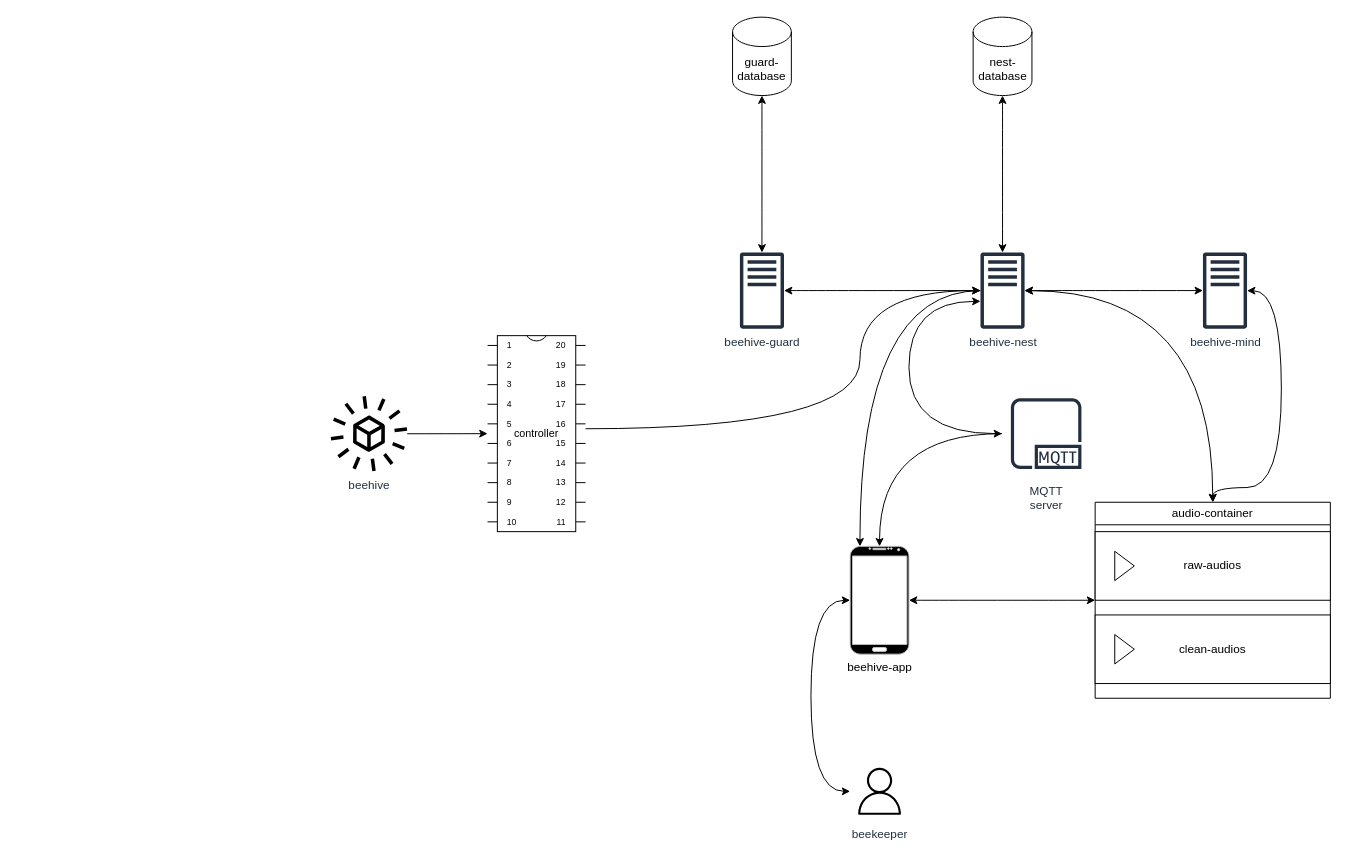
Earlier version of the draw.io diagram docs/architecture_diagram.drawio (carlos-montano-hub/bumblebee). Source tidied: cells renumbered, new cells numbered last; positions are measured from the earlier drawing's top-left corner, leaving out a move shared by most shapes. Both pictures are drawn from the tidied source at 98%, with x=0, y=0 at pixel (330, 17). Pictures stored in the file or linked from it are replaced by grey dashed boxes.
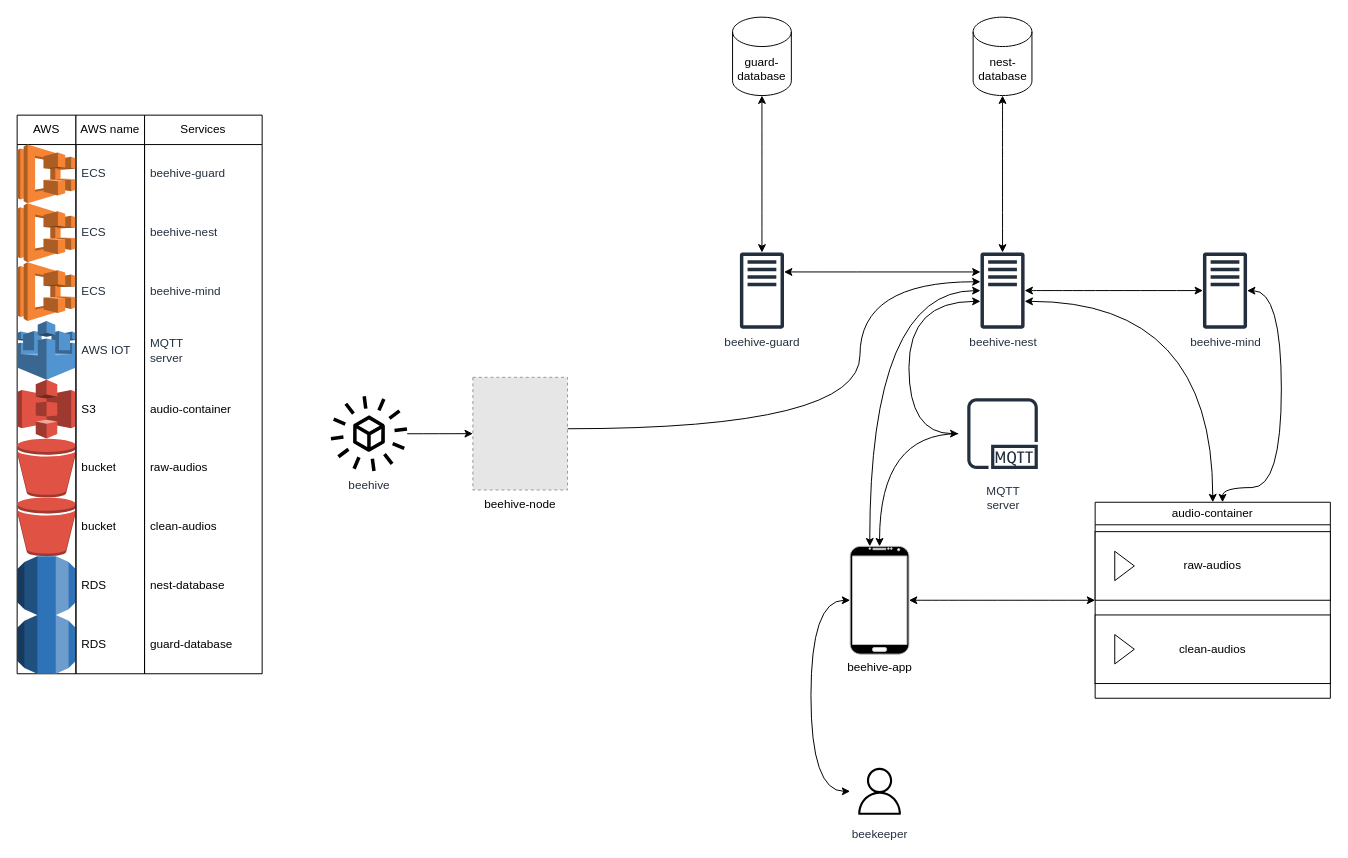
The same page after the edit.

Unchanged cells that the change refers to:
```xml
<mxCell id="5" value="beehive-nest" style="sketch=0;outlineConnect=0;fontColor=#232F3E;gradientColor=none;fillColor=#232F3D;strokeColor=none;dashed=0;verticalLabelPosition=bottom;verticalAlign=top;align=center;html=1;fontSize=12;fontStyle=0;shape=mxgraph.aws4.traditional_server;" parent="1" vertex="1">
  <mxGeometry x="663" y="240" width="45" height="78" as="geometry" />
</mxCell>
<mxCell id="7" value="beehive-guard" style="sketch=0;outlineConnect=0;fontColor=#232F3E;gradientColor=none;fillColor=#232F3D;strokeColor=none;dashed=0;verticalLabelPosition=bottom;verticalAlign=top;align=center;html=1;fontSize=12;fontStyle=0;shape=mxgraph.aws4.traditional_server;" parent="1" vertex="1">
  <mxGeometry x="417.5" y="240" width="45" height="78" as="geometry" />
</mxCell>
<mxCell id="9" value="beehive-mind" style="sketch=0;outlineConnect=0;fontColor=#232F3E;gradientColor=none;fillColor=#232F3D;strokeColor=none;dashed=0;verticalLabelPosition=bottom;verticalAlign=top;align=center;html=1;fontSize=12;fontStyle=0;shape=mxgraph.aws4.traditional_server;" parent="1" vertex="1">
  <mxGeometry x="890" y="240" width="45" height="78" as="geometry" />
</mxCell>
<mxCell id="20" value="beehive-app" style="verticalLabelPosition=bottom;verticalAlign=top;html=1;shadow=0;dashed=0;strokeWidth=1;shape=mxgraph.android.phone2;strokeColor=#c0c0c0;fillColor=#00000;gradientColor=none;" parent="1" vertex="1">
  <mxGeometry x="530" y="540" width="60" height="110" as="geometry" />
</mxCell>
<mxCell id="22" value="beehive" style="sketch=0;outlineConnect=0;fontColor=#232F3E;gradientColor=none;fillColor=#000000;strokeColor=none;dashed=0;verticalLabelPosition=bottom;verticalAlign=top;align=center;html=1;fontSize=12;fontStyle=0;shape=mxgraph.aws4.eventbridge_saas_partner_event_bus_resource;" parent="1" vertex="1">
  <mxGeometry y="386" width="78" height="78" as="geometry" />
</mxCell>
<mxCell id="25" value="&lt;span style=&quot;font-size: 12px; font-weight: 400;&quot;&gt;audio-container&lt;/span&gt;" style="swimlane;whiteSpace=wrap;html=1;fontFamily=Helvetica;fontSize=11;fontColor=default;" parent="1" vertex="1">
  <mxGeometry x="780" y="495" width="240" height="200" as="geometry" />
</mxCell>
```

Diff of the diagram source:
```diff
@@
-    <mxCell id="2" style="edgeStyle=orthogonalEdgeStyle;curved=1;html=1;" parent="1" edge="1" source="5" target="20">
+    <mxCell id="2" style="edgeStyle=orthogonalEdgeStyle;curved=1;html=1;startArrow=classic;startFill=1;" parent="1" edge="1" source="5" target="20">
       <mxGeometry relative="1" as="geometry">
         <Array as="points">
-          <mxPoint x="540" y="279" />
+          <mxPoint x="550" y="279" />
         </Array>
       </mxGeometry>
     </mxCell>
@@
     <mxCell id="4" style="edgeStyle=orthogonalEdgeStyle;shape=connector;curved=1;rounded=1;html=1;labelBackgroundColor=default;strokeColor=default;fontFamily=Helvetica;fontSize=11;fontColor=default;startArrow=classic;startFill=1;endArrow=classic;" parent="1" edge="1" source="5" target="25">
-      <mxGeometry relative="1" as="geometry" />
+      <mxGeometry relative="1" as="geometry">
+        <Array as="points">
+          <mxPoint x="900" y="290" />
+        </Array>
+      </mxGeometry>
     </mxCell>
@@
     <mxCell id="6" style="edgeStyle=orthogonalEdgeStyle;shape=connector;curved=1;rounded=1;html=1;labelBackgroundColor=default;strokeColor=default;fontFamily=Helvetica;fontSize=11;fontColor=default;startArrow=classic;startFill=1;endArrow=classic;" parent="1" edge="1" source="7" target="5">
-      <mxGeometry relative="1" as="geometry" />
+      <mxGeometry relative="1" as="geometry">
+        <Array as="points">
+          <mxPoint x="510" y="260" />
+          <mxPoint x="510" y="260" />
+        </Array>
+      </mxGeometry>
     </mxCell>
@@
     <mxCell id="8" style="edgeStyle=orthogonalEdgeStyle;shape=connector;curved=1;rounded=1;html=1;labelBackgroundColor=default;strokeColor=default;fontFamily=Helvetica;fontSize=11;fontColor=default;startArrow=classic;startFill=1;endArrow=classic;" parent="1" edge="1" source="9" target="25">
       <mxGeometry relative="1" as="geometry">
         <Array as="points">
           <mxPoint x="970" y="279" />
           <mxPoint x="970" y="480" />
-          <mxPoint x="900" y="480" />
+          <mxPoint x="910" y="480" />
         </Array>
       </mxGeometry>
     </mxCell>
@@
     <mxCell id="16" value="MQTT&lt;br&gt;server" style="sketch=0;outlineConnect=0;fontColor=#232F3E;gradientColor=none;strokeColor=#232F3E;fillColor=#ffffff;dashed=0;verticalLabelPosition=bottom;verticalAlign=top;align=center;html=1;fontSize=12;fontStyle=0;shape=mxgraph.aws4.resourceIcon;resIcon=mxgraph.aws4.mqtt_protocol;fontFamily=Helvetica;labelBackgroundColor=default;" parent="1" vertex="1">
-      <mxGeometry x="685" y="380" width="90" height="90" as="geometry" />
+      <mxGeometry x="640.5" y="380" width="90" height="90" as="geometry" />
     </mxCell>
-    <mxCell id="17" style="edgeStyle=orthogonalEdgeStyle;html=1;curved=1;" parent="1" edge="1" source="18" target="5">
+    <mxCell id="17" style="edgeStyle=orthogonalEdgeStyle;html=1;curved=1;" parent="1" edge="1" source="60" target="5">
       <mxGeometry relative="1" as="geometry">
         <Array as="points">
           <mxPoint x="540" y="420" />
-          <mxPoint x="540" y="279" />
+          <mxPoint x="540" y="270" />
         </Array>
       </mxGeometry>
     </mxCell>
-    <mxCell id="18" value="controller" style="shadow=0;dashed=0;align=center;html=1;strokeWidth=1;shape=mxgraph.electrical.logic_gates.dual_inline_ic;labelNames=a,b,c,d,e,f,g,h,i,j,k,l,m,n,o,p,q,r,s,t;whiteSpace=wrap;fontFamily=Helvetica;fontSize=11;fontColor=default;labelBackgroundColor=default;" parent="1" vertex="1">
-      <mxGeometry x="160" y="325" width="100" height="200" as="geometry" />
-    </mxCell>
@@
-    <mxCell id="21" style="edgeStyle=orthogonalEdgeStyle;curved=1;html=1;" parent="1" edge="1" source="22" target="18">
+    <mxCell id="21" style="edgeStyle=orthogonalEdgeStyle;curved=1;html=1;" parent="1" edge="1" source="22" target="60">
       <mxGeometry relative="1" as="geometry" />
     </mxCell>
@@
+    <mxCell id="30" value="AWS" style="swimlane;fontStyle=0;horizontal=1;startSize=30;whiteSpace=wrap;html=1;" parent="1" vertex="1">
+      <mxGeometry x="-320" y="100" width="60" height="570" as="geometry" />
+    </mxCell>
+    <mxCell id="31" style="dashed=0;verticalLabelPosition=bottom;verticalAlign=top;align=center;html=1;shape=mxgraph.aws3.ecs;fillColor=#F58534;gradientColor=none;" parent="30" vertex="1">
+      <mxGeometry y="30" width="60" height="60" as="geometry" />
+    </mxCell>
+    <mxCell id="32" style="dashed=0;verticalLabelPosition=bottom;verticalAlign=top;align=center;html=1;shape=mxgraph.aws3.ecs;fillColor=#F58534;gradientColor=none;" parent="30" vertex="1">
+      <mxGeometry y="90" width="60" height="60" as="geometry" />
+    </mxCell>
+    <mxCell id="33" style="dashed=0;verticalLabelPosition=bottom;verticalAlign=top;align=center;html=1;shape=mxgraph.aws3.ecs;fillColor=#F58534;gradientColor=none;" parent="30" vertex="1">
+      <mxGeometry y="150" width="60" height="60" as="geometry" />
+    </mxCell>
+    <mxCell id="34" style="dashed=0;verticalLabelPosition=bottom;verticalAlign=top;align=center;html=1;shape=mxgraph.aws3.aws_iot;fillColor=#5294CF;gradientColor=none;" parent="30" vertex="1">
+      <mxGeometry y="210" width="60" height="60" as="geometry" />
+    </mxCell>
+    <mxCell id="35" style="dashed=0;verticalLabelPosition=bottom;verticalAlign=top;align=center;html=1;shape=mxgraph.aws3.s3;fillColor=#E05243;gradientColor=none;" parent="30" vertex="1">
+      <mxGeometry y="270" width="60" height="60" as="geometry" />
+    </mxCell>
+    <mxCell id="36" style="dashed=0;verticalLabelPosition=bottom;verticalAlign=top;align=center;html=1;shape=mxgraph.aws3.bucket;fillColor=#E05243;gradientColor=none;" parent="30" vertex="1">
+      <mxGeometry y="330" width="60" height="60" as="geometry" />
+    </mxCell>
+    <mxCell id="37" style="dashed=0;verticalLabelPosition=bottom;verticalAlign=top;align=center;html=1;shape=mxgraph.aws3.bucket;fillColor=#E05243;gradientColor=none;" parent="30" vertex="1">
+      <mxGeometry y="390" width="60" height="60" as="geometry" />
+    </mxCell>
+    <mxCell id="38" style="dashed=0;verticalLabelPosition=bottom;verticalAlign=top;align=center;html=1;shape=mxgraph.aws3.rds;fillColor=#2E73B8;gradientColor=none;" parent="30" vertex="1">
+      <mxGeometry y="450" width="60" height="60" as="geometry" />
+    </mxCell>
+    <mxCell id="39" style="dashed=0;verticalLabelPosition=bottom;verticalAlign=top;align=center;html=1;shape=mxgraph.aws3.rds;fillColor=#2E73B8;gradientColor=none;" parent="30" vertex="1">
+      <mxGeometry y="510" width="60" height="60" as="geometry" />
+    </mxCell>
+    <mxCell id="40" value="AWS name" style="swimlane;fontStyle=0;horizontal=1;startSize=30;whiteSpace=wrap;html=1;" parent="1" vertex="1">
+      <mxGeometry x="-260" y="100" width="70" height="570" as="geometry" />
+    </mxCell>
+    <mxCell id="41" value="&lt;span style=&quot;color: rgb(35, 47, 62); text-align: center;&quot;&gt;ECS&lt;/span&gt;" style="text;strokeColor=none;fillColor=none;align=left;verticalAlign=middle;spacingLeft=4;spacingRight=4;overflow=hidden;whiteSpace=wrap;html=1;" parent="40" vertex="1">
+      <mxGeometry y="30" width="70" height="60" as="geometry" />
+    </mxCell>
+    <mxCell id="42" value="&lt;span style=&quot;color: rgb(35, 47, 62); text-align: center;&quot;&gt;ECS&lt;/span&gt;" style="text;strokeColor=none;fillColor=none;align=left;verticalAlign=middle;spacingLeft=4;spacingRight=4;overflow=hidden;whiteSpace=wrap;html=1;" parent="40" vertex="1">
+      <mxGeometry y="90" width="70" height="60" as="geometry" />
+    </mxCell>
+    <mxCell id="43" value="&lt;span style=&quot;color: rgb(35, 47, 62); text-align: center;&quot;&gt;ECS&lt;/span&gt;" style="text;strokeColor=none;fillColor=none;align=left;verticalAlign=middle;spacingLeft=4;spacingRight=4;overflow=hidden;whiteSpace=wrap;html=1;" parent="40" vertex="1">
+      <mxGeometry y="150" width="70" height="60" as="geometry" />
+    </mxCell>
+    <mxCell id="44" value="&lt;div style=&quot;text-align: center;&quot;&gt;&lt;font color=&quot;#232f3e&quot;&gt;&lt;span style=&quot;background-color: rgb(255, 255, 255);&quot;&gt;AWS IOT&lt;/span&gt;&lt;/font&gt;&lt;/div&gt;" style="text;strokeColor=none;fillColor=none;align=left;verticalAlign=middle;spacingLeft=4;spacingRight=4;overflow=hidden;whiteSpace=wrap;html=1;" parent="40" vertex="1">
+      <mxGeometry y="210" width="70" height="60" as="geometry" />
+    </mxCell>
+    <mxCell id="45" value="&lt;span style=&quot;text-align: center;&quot;&gt;S3&lt;/span&gt;" style="text;strokeColor=none;fillColor=none;align=left;verticalAlign=middle;spacingLeft=4;spacingRight=4;overflow=hidden;whiteSpace=wrap;html=1;" parent="40" vertex="1">
+      <mxGeometry y="270" width="70" height="60" as="geometry" />
+    </mxCell>
+    <mxCell id="46" value="&lt;span style=&quot;text-align: center;&quot;&gt;bucket&lt;/span&gt;" style="text;strokeColor=none;fillColor=none;align=left;verticalAlign=middle;spacingLeft=4;spacingRight=4;overflow=hidden;whiteSpace=wrap;html=1;" parent="40" vertex="1">
+      <mxGeometry y="330" width="70" height="60" as="geometry" />
+    </mxCell>
+    <mxCell id="47" value="&lt;span style=&quot;text-align: center;&quot;&gt;bucket&lt;/span&gt;" style="text;strokeColor=none;fillColor=none;align=left;verticalAlign=middle;spacingLeft=4;spacingRight=4;overflow=hidden;whiteSpace=wrap;html=1;" parent="40" vertex="1">
+      <mxGeometry y="390" width="70" height="60" as="geometry" />
+    </mxCell>
+    <mxCell id="48" value="&lt;span style=&quot;text-align: center;&quot;&gt;RDS&lt;/span&gt;" style="text;strokeColor=none;fillColor=none;align=left;verticalAlign=middle;spacingLeft=4;spacingRight=4;overflow=hidden;whiteSpace=wrap;html=1;" parent="40" vertex="1">
+      <mxGeometry y="450" width="70" height="60" as="geometry" />
+    </mxCell>
+    <mxCell id="49" value="&lt;span style=&quot;text-align: center;&quot;&gt;RDS&lt;/span&gt;" style="text;strokeColor=none;fillColor=none;align=left;verticalAlign=middle;spacingLeft=4;spacingRight=4;overflow=hidden;whiteSpace=wrap;html=1;" parent="40" vertex="1">
+      <mxGeometry y="510" width="70" height="60" as="geometry" />
+    </mxCell>
+    <mxCell id="50" value="Services" style="swimlane;fontStyle=0;horizontal=1;startSize=30;whiteSpace=wrap;html=1;" parent="1" vertex="1">
+      <mxGeometry x="-190" y="100" width="120" height="570" as="geometry" />
+    </mxCell>
+    <mxCell id="51" value="&lt;span style=&quot;color: rgb(35, 47, 62); text-align: center;&quot;&gt;beehive-guard&lt;/span&gt;" style="text;strokeColor=none;fillColor=none;align=left;verticalAlign=middle;spacingLeft=4;spacingRight=4;overflow=hidden;whiteSpace=wrap;html=1;" parent="50" vertex="1">
+      <mxGeometry y="30" width="120" height="60" as="geometry" />
+    </mxCell>
+    <mxCell id="52" value="&lt;span style=&quot;color: rgb(35, 47, 62); text-align: center;&quot;&gt;beehive-nest&lt;/span&gt;" style="text;strokeColor=none;fillColor=none;align=left;verticalAlign=middle;spacingLeft=4;spacingRight=4;overflow=hidden;whiteSpace=wrap;html=1;" parent="50" vertex="1">
+      <mxGeometry y="90" width="120" height="60" as="geometry" />
+    </mxCell>
+    <mxCell id="53" value="&lt;span style=&quot;color: rgb(35, 47, 62); text-align: center;&quot;&gt;beehive-mind&lt;/span&gt;" style="text;strokeColor=none;fillColor=none;align=left;verticalAlign=middle;spacingLeft=4;spacingRight=4;overflow=hidden;whiteSpace=wrap;html=1;" parent="50" vertex="1">
+      <mxGeometry y="150" width="120" height="60" as="geometry" />
+    </mxCell>
+    <mxCell id="54" value="&lt;span style=&quot;color: rgb(35, 47, 62); text-align: center; background-color: rgb(255, 255, 255);&quot;&gt;MQTT&lt;/span&gt;&lt;br style=&quot;border-color: var(--border-color); color: rgb(35, 47, 62); text-align: center;&quot;&gt;&lt;span style=&quot;color: rgb(35, 47, 62); text-align: center; background-color: rgb(255, 255, 255);&quot;&gt;server&lt;/span&gt;" style="text;strokeColor=none;fillColor=none;align=left;verticalAlign=middle;spacingLeft=4;spacingRight=4;overflow=hidden;whiteSpace=wrap;html=1;" parent="50" vertex="1">
+      <mxGeometry y="210" width="120" height="60" as="geometry" />
+    </mxCell>
+    <mxCell id="55" value="&lt;span style=&quot;text-align: center;&quot;&gt;audio-container&lt;/span&gt;" style="text;strokeColor=none;fillColor=none;align=left;verticalAlign=middle;spacingLeft=4;spacingRight=4;overflow=hidden;whiteSpace=wrap;html=1;" parent="50" vertex="1">
+      <mxGeometry y="270" width="120" height="60" as="geometry" />
+    </mxCell>
+    <mxCell id="56" value="&lt;span style=&quot;text-align: center;&quot;&gt;raw-audios&lt;/span&gt;" style="text;strokeColor=none;fillColor=none;align=left;verticalAlign=middle;spacingLeft=4;spacingRight=4;overflow=hidden;whiteSpace=wrap;html=1;" parent="50" vertex="1">
+      <mxGeometry y="330" width="120" height="60" as="geometry" />
+    </mxCell>
+    <mxCell id="57" value="&lt;span style=&quot;text-align: center;&quot;&gt;clean-audios&lt;/span&gt;" style="text;strokeColor=none;fillColor=none;align=left;verticalAlign=middle;spacingLeft=4;spacingRight=4;overflow=hidden;whiteSpace=wrap;html=1;" parent="50" vertex="1">
+      <mxGeometry y="390" width="120" height="60" as="geometry" />
+    </mxCell>
+    <mxCell id="58" value="&lt;span style=&quot;text-align: center;&quot;&gt;nest-database&lt;/span&gt;" style="text;strokeColor=none;fillColor=none;align=left;verticalAlign=middle;spacingLeft=4;spacingRight=4;overflow=hidden;whiteSpace=wrap;html=1;" parent="50" vertex="1">
+      <mxGeometry y="450" width="120" height="60" as="geometry" />
+    </mxCell>
+    <mxCell id="59" value="&lt;span style=&quot;text-align: center;&quot;&gt;guard-database&lt;/span&gt;" style="text;strokeColor=none;fillColor=none;align=left;verticalAlign=middle;spacingLeft=4;spacingRight=4;overflow=hidden;whiteSpace=wrap;html=1;" parent="50" vertex="1">
+      <mxGeometry y="510" width="120" height="60" as="geometry" />
+    </mxCell>
+    <mxCell id="60" value="beehive-node" style="fillColor=#E6E6E6;strokeColor=#999999;dashed=1;html=1;verticalAlign=top;verticalLabelPosition=bottom;labelBackgroundColor=#ffffff;" parent="1" vertex="1">
+      <mxGeometry x="145" y="367.5" width="96.6" height="115" as="geometry" />
+    </mxCell>
```
